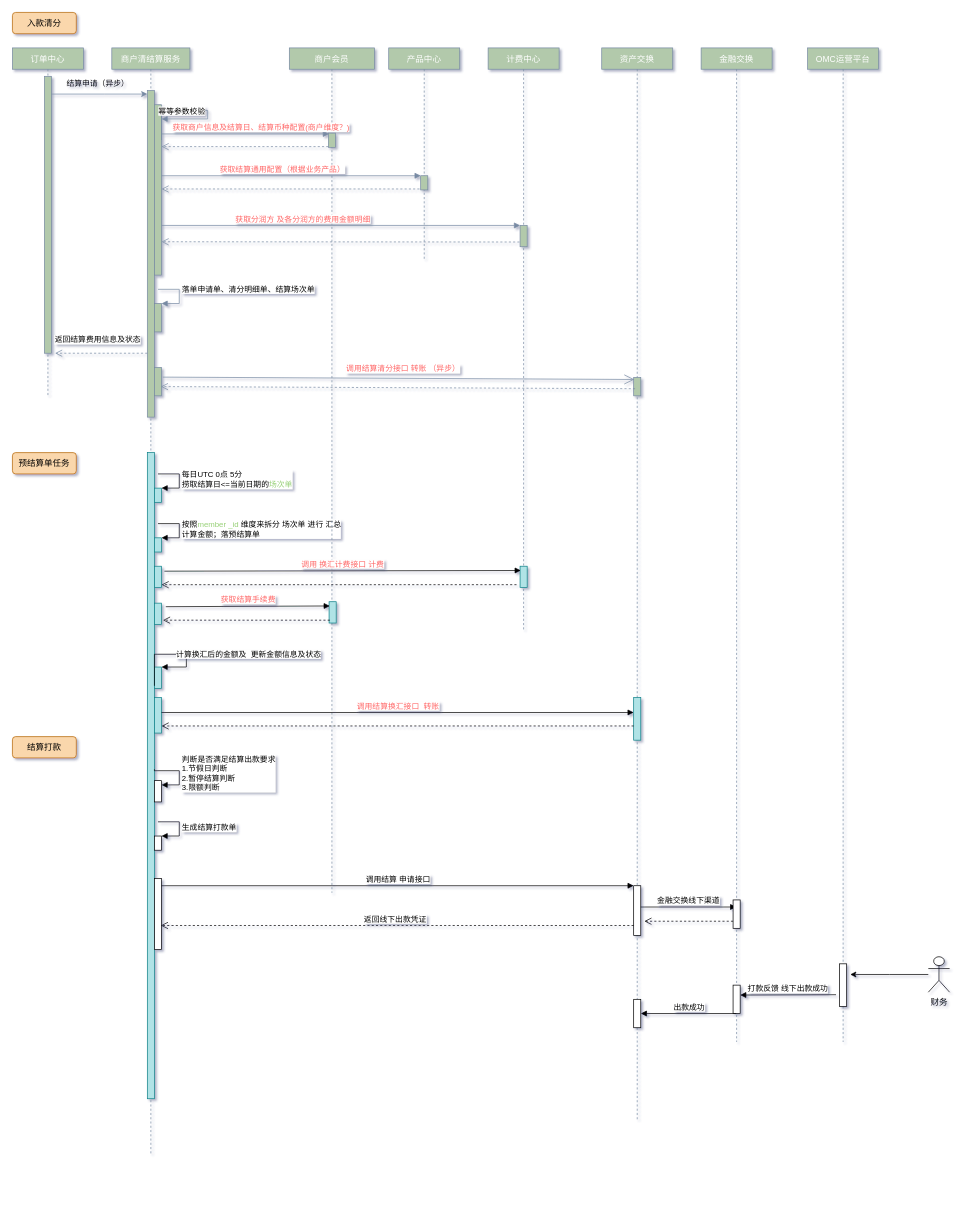
Above: merchant-settle/Untitled Diagram.drawio in DominicElvira/Diagrams (draw.io), before the change. Source tidied: cells renumbered, new cells numbered last; positions are measured from the earlier drawing's top-left corner, leaving out a move shared by most shapes. Both pictures are drawn from the tidied source at 71%, with x=0, y=0 at pixel (12, 12).
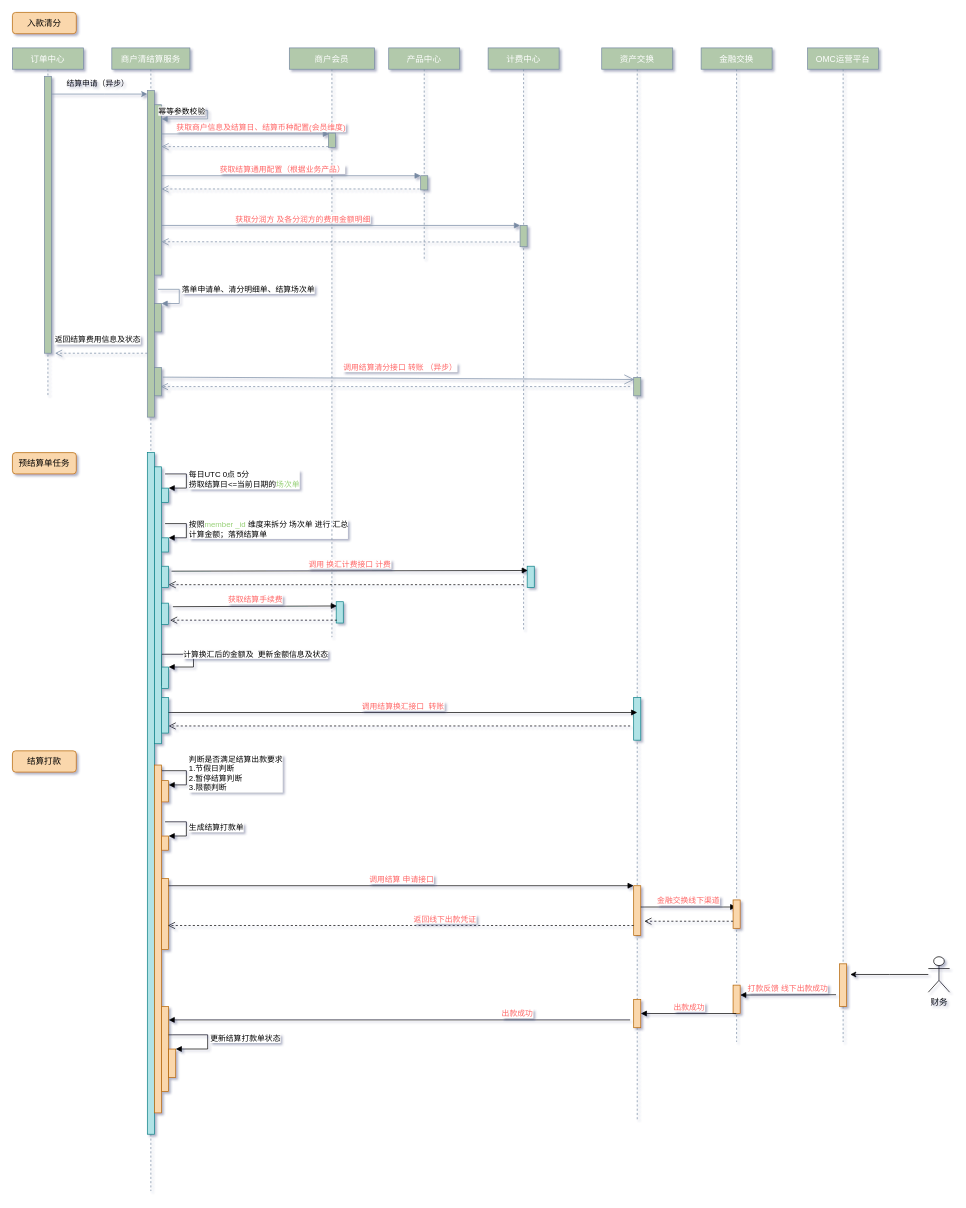
The same diagram, later.

The change refers to these unchanged cells:
```xml
<mxCell id="6" style="html=1;points=[];perimeter=orthogonalPerimeter;fontSize=11;fontColor=#000000;strokeColor=#788AA3;fillColor=#B2C9AB;" parent="4" vertex="1">
  <mxGeometry x="60" y="80" width="10" height="240" as="geometry" />
</mxCell>
<mxCell id="11" style="html=1;points=[];perimeter=orthogonalPerimeter;fontSize=11;fontColor=#000000;strokeColor=#788AA3;fillColor=#B2C9AB;" parent="4" vertex="1">
  <mxGeometry x="60" y="450" width="10" height="40" as="geometry" />
</mxCell>
<mxCell id="26" value="计费中心" style="shape=umlLifeline;perimeter=lifelinePerimeter;shadow=0;strokeWidth=1;fillColor=#B2C9AB;strokeColor=#788AA3;fontColor=#FFFFFF;rounded=0;size=30;" parent="1" vertex="1">
  <mxGeometry x="670" y="50" width="100" height="820" as="geometry" />
</mxCell>
<mxCell id="29" value="资产交换" style="shape=umlLifeline;perimeter=lifelinePerimeter;shadow=0;strokeWidth=1;fillColor=#B2C9AB;strokeColor=#788AA3;fontColor=#FFFFFF;rounded=0;size=30;" parent="1" vertex="1">
  <mxGeometry x="830" y="50" width="100" height="1510" as="geometry" />
</mxCell>
<mxCell id="30" style="html=1;points=[];perimeter=orthogonalPerimeter;fontSize=11;fontColor=#000000;strokeColor=#788AA3;fillColor=#B2C9AB;" parent="29" vertex="1">
  <mxGeometry x="45" y="464" width="10" height="26" as="geometry" />
</mxCell>
<mxCell id="31" style="html=1;points=[];perimeter=orthogonalPerimeter;fillColor=#b0e3e6;strokeColor=#0e8088;" parent="29" vertex="1">
  <mxGeometry x="45" y="915" width="10" height="60" as="geometry" />
</mxCell>
<mxCell id="37" style="html=1;points=[];perimeter=orthogonalPerimeter;fontSize=11;fontColor=#000000;strokeColor=#788AA3;fillColor=#B2C9AB;" parent="36" vertex="1">
  <mxGeometry x="55" y="120" width="10" height="20" as="geometry" />
</mxCell>
<mxCell id="62" value="金融交换" style="shape=umlLifeline;perimeter=lifelinePerimeter;shadow=0;strokeWidth=1;fillColor=#B2C9AB;strokeColor=#788AA3;fontColor=#FFFFFF;rounded=0;size=30;" parent="1" vertex="1">
  <mxGeometry x="970" y="50" width="100" height="1400" as="geometry" />
</mxCell>
<mxCell id="68" value="OMC运营平台" style="shape=umlLifeline;perimeter=lifelinePerimeter;shadow=0;strokeWidth=1;fillColor=#B2C9AB;strokeColor=#788AA3;fontColor=#FFFFFF;rounded=0;size=30;" parent="1" vertex="1">
  <mxGeometry x="1120" y="50" width="100" height="1400" as="geometry" />
</mxCell>
```

What changed in the source:
```diff
@@
     <mxCell id="4" value="商户清结算服务" style="shape=umlLifeline;perimeter=lifelinePerimeter;shadow=0;strokeWidth=1;fillColor=#B2C9AB;strokeColor=#788AA3;fontColor=#FFFFFF;rounded=0;size=30;" parent="1" vertex="1">
-      <mxGeometry x="140" y="50" width="110" height="1560" as="geometry" />
+      <mxGeometry x="140" y="50" width="110" height="1610" as="geometry" />
     </mxCell>
@@
     <mxCell id="12" style="html=1;perimeter=orthogonalPerimeter;fillColor=#b0e3e6;strokeColor=#0e8088;" parent="4" vertex="1">
-      <mxGeometry x="50" y="570" width="10" height="910" as="geometry" />
+      <mxGeometry x="50" y="570" width="10" height="960" as="geometry" />
     </mxCell>
     <mxCell id="13" style="html=1;points=[];perimeter=orthogonalPerimeter;fillColor=#b0e3e6;strokeColor=#0e8088;" parent="4" vertex="1">
-      <mxGeometry x="60" y="620" width="10" height="20" as="geometry" />
+      <mxGeometry x="70" y="620" width="10" height="20" as="geometry" />
     </mxCell>
     <mxCell id="14" value="每日UTC 0点 5分 &lt;br&gt;捞取结算日&amp;lt;=当前日期的&lt;font color=&quot;#97d077&quot;&gt;场次单&lt;/font&gt;" style="edgeStyle=orthogonalEdgeStyle;html=1;align=left;spacingLeft=2;endArrow=block;rounded=0;entryX=1;entryY=0;" parent="4" edge="1" target="13">
       <mxGeometry relative="1" as="geometry">
-        <mxPoint x="65" y="600" as="sourcePoint" />
+        <mxPoint x="75" y="600" as="sourcePoint" />
         <Array as="points">
-          <mxPoint x="95" y="600" />
+          <mxPoint x="105" y="600" />
         </Array>
       </mxGeometry>
     </mxCell>
     <mxCell id="15" style="html=1;points=[];perimeter=orthogonalPerimeter;fillColor=#b0e3e6;strokeColor=#0e8088;" parent="4" vertex="1">
-      <mxGeometry x="60" y="690" width="10" height="20" as="geometry" />
+      <mxGeometry x="70" y="690" width="10" height="20" as="geometry" />
     </mxCell>
     <mxCell id="16" value="&lt;font color=&quot;#000000&quot;&gt;按照&lt;/font&gt;&lt;font color=&quot;#97d077&quot;&gt;member _id&lt;/font&gt;&lt;font color=&quot;#000000&quot;&gt; 维度来拆分 场次单 进行 汇总&lt;br&gt;计算金额；落预结算单&lt;/font&gt;" style="edgeStyle=orthogonalEdgeStyle;html=1;align=left;spacingLeft=2;endArrow=block;rounded=0;entryX=1;entryY=0;fontColor=#FF6666;" parent="4" edge="1" target="15">
       <mxGeometry relative="1" as="geometry">
-        <mxPoint x="65" y="670" as="sourcePoint" />
+        <mxPoint x="75" y="670" as="sourcePoint" />
         <Array as="points">
-          <mxPoint x="95" y="670" />
+          <mxPoint x="105" y="670" />
         </Array>
       </mxGeometry>
     </mxCell>
     <mxCell id="17" style="html=1;points=[];perimeter=orthogonalPerimeter;fillColor=#b0e3e6;strokeColor=#0e8088;" parent="4" vertex="1">
-      <mxGeometry x="60" y="915" width="10" height="50" as="geometry" />
+      <mxGeometry x="70" y="915" width="10" height="50" as="geometry" />
     </mxCell>
     <mxCell id="18" style="html=1;points=[];perimeter=orthogonalPerimeter;fillColor=#b0e3e6;strokeColor=#0e8088;" parent="4" vertex="1">
-      <mxGeometry x="60" y="872" width="10" height="30" as="geometry" />
+      <mxGeometry x="70" y="872" width="10" height="30" as="geometry" />
     </mxCell>
     <mxCell id="19" value="&lt;font color=&quot;#000000&quot;&gt;计算换汇后的金额及&amp;nbsp; 更新金额信息及状态&lt;/font&gt;" style="edgeStyle=orthogonalEdgeStyle;html=1;align=left;spacingLeft=2;endArrow=block;rounded=0;entryX=1;entryY=0;fontColor=#97D077;exitX=1;exitY=0.741;exitDx=0;exitDy=0;exitPerimeter=0;" parent="4" edge="1" target="18">
       <mxGeometry relative="1" as="geometry">
-        <mxPoint x="60" y="898.4" as="sourcePoint" />
+        <mxPoint x="70" y="898.4" as="sourcePoint" />
         <Array as="points">
-          <mxPoint x="105" y="854" />
-          <mxPoint x="105" y="872" />
+          <mxPoint x="115" y="854" />
+          <mxPoint x="115" y="872" />
         </Array>
       </mxGeometry>
     </mxCell>
-    <mxCell id="20" style="html=1;perimeter=orthogonalPerimeter;fontColor=#000000;" parent="4" vertex="1">
-      <mxGeometry x="60" y="1032" width="10" height="30" as="geometry" />
+    <mxCell id="20" style="html=1;perimeter=orthogonalPerimeter;fillColor=#fad7ac;strokeColor=#b46504;" parent="4" vertex="1">
+      <mxGeometry x="70" y="1032" width="10" height="30" as="geometry" />
     </mxCell>
     <mxCell id="21" value="判断是否满足结算出款要求&lt;br&gt;1.节假日判断 &lt;br&gt;2.暂停结算判断 &lt;br&gt;3.限额判断" style="edgeStyle=orthogonalEdgeStyle;html=1;align=left;spacingLeft=2;endArrow=block;rounded=0;entryX=1;entryY=0;fontColor=#000000;exitX=1;exitY=0.795;exitDx=0;exitDy=0;exitPerimeter=0;" parent="4" edge="1">
       <mxGeometry relative="1" as="geometry">
-        <mxPoint x="60" y="1016" as="sourcePoint" />
-        <mxPoint x="70" y="1038" as="targetPoint" />
+        <mxPoint x="70" y="1016" as="sourcePoint" />
+        <mxPoint x="80" y="1038" as="targetPoint" />
         <Array as="points">
-          <mxPoint x="60" y="1018" />
-          <mxPoint x="95" y="1018" />
-          <mxPoint x="95" y="1038" />
+          <mxPoint x="70" y="1018" />
+          <mxPoint x="105" y="1018" />
+          <mxPoint x="105" y="1038" />
         </Array>
       </mxGeometry>
     </mxCell>
     <mxCell id="22" style="html=1;points=[];perimeter=orthogonalPerimeter;fillColor=#b0e3e6;strokeColor=#0e8088;" parent="4" vertex="1">
-      <mxGeometry x="60" y="730" width="10" height="30" as="geometry" />
+      <mxGeometry x="70" y="730" width="10" height="30" as="geometry" />
     </mxCell>
-    <mxCell id="23" style="html=1;points=[];perimeter=orthogonalPerimeter;fontColor=#FF6666;" parent="4" vertex="1">
-      <mxGeometry x="60" y="1110" width="10" height="20" as="geometry" />
+    <mxCell id="23" style="html=1;points=[];perimeter=orthogonalPerimeter;fillColor=#fad7ac;strokeColor=#b46504;" parent="4" vertex="1">
+      <mxGeometry x="70" y="1110" width="10" height="20" as="geometry" />
     </mxCell>
     <mxCell id="24" value="生成结算打款单" style="edgeStyle=orthogonalEdgeStyle;html=1;align=left;spacingLeft=2;endArrow=block;rounded=0;entryX=1;entryY=0;fontColor=#000000;" parent="4" edge="1" target="23">
       <mxGeometry relative="1" as="geometry">
-        <mxPoint x="65" y="1090" as="sourcePoint" />
+        <mxPoint x="75" y="1090" as="sourcePoint" />
         <Array as="points">
-          <mxPoint x="95" y="1090" />
+          <mxPoint x="105" y="1090" />
         </Array>
       </mxGeometry>
     </mxCell>
-    <mxCell id="25" style="html=1;points=[];perimeter=orthogonalPerimeter;fontColor=#000000;" parent="4" vertex="1">
-      <mxGeometry x="60" y="1170" width="10" height="100" as="geometry" />
+    <mxCell id="25" style="html=1;points=[];perimeter=orthogonalPerimeter;fillColor=#fad7ac;strokeColor=#b46504;" parent="4" vertex="1">
+      <mxGeometry x="70" y="1170" width="10" height="100" as="geometry" />
     </mxCell>
+    <mxCell id="72" style="html=1;points=[];perimeter=orthogonalPerimeter;fillColor=#fad7ac;strokeColor=#b46504;" parent="4" vertex="1">
+      <mxGeometry x="70" y="1350" width="10" height="120" as="geometry" />
+    </mxCell>
+    <mxCell id="73" style="html=1;points=[];perimeter=orthogonalPerimeter;fillColor=#fad7ac;strokeColor=#b46504;" parent="4" vertex="1">
+      <mxGeometry x="80" y="1410" width="10" height="40" as="geometry" />
+    </mxCell>
+    <mxCell id="74" value="更新结算打款单状态" style="edgeStyle=orthogonalEdgeStyle;html=1;align=left;spacingLeft=2;endArrow=block;rounded=0;entryX=1;entryY=0;fontColor=#000000;" parent="4" edge="1" source="72" target="73">
+      <mxGeometry relative="1" as="geometry">
+        <Array as="points">
+          <mxPoint x="135" y="1390" />
+          <mxPoint x="135" y="1410" />
+        </Array>
+      </mxGeometry>
+    </mxCell>
+    <mxCell id="75" style="html=1;perimeter=orthogonalPerimeter;fillColor=#b0e3e6;strokeColor=#0e8088;" parent="4" vertex="1">
+      <mxGeometry x="60" y="590" width="10" height="390" as="geometry" />
+    </mxCell>
+    <mxCell id="76" style="html=1;perimeter=orthogonalPerimeter;fillColor=#fad7ac;strokeColor=#b46504;" parent="4" vertex="1">
+      <mxGeometry x="60" y="1010" width="10" height="490" as="geometry" />
+    </mxCell>
@@
     <mxCell id="28" style="html=1;points=[];perimeter=orthogonalPerimeter;fillColor=#b0e3e6;strokeColor=#0e8088;" parent="26" vertex="1">
-      <mxGeometry x="45" y="730" width="10" height="30" as="geometry" />
+      <mxGeometry x="55" y="730" width="10" height="30" as="geometry" />
     </mxCell>
@@
     <mxCell id="32" style="html=1;verticalAlign=bottom;endArrow=open;dashed=1;endSize=8;rounded=0;fontColor=#97D077;" parent="29" edge="1" target="17">
       <mxGeometry relative="1" as="geometry">
-        <mxPoint x="45" y="955" as="sourcePoint" />
+        <mxPoint x="40" y="955" as="sourcePoint" />
       </mxGeometry>
     </mxCell>
-    <mxCell id="33" style="html=1;points=[];perimeter=orthogonalPerimeter;fontColor=#000000;" parent="29" vertex="1">
+    <mxCell id="33" style="html=1;points=[];perimeter=orthogonalPerimeter;fillColor=#fad7ac;strokeColor=#b46504;" parent="29" vertex="1">
       <mxGeometry x="45" y="1180" width="10" height="70" as="geometry" />
     </mxCell>
-    <mxCell id="34" value="金融交换线下渠道" style="html=1;verticalAlign=bottom;endArrow=block;rounded=0;fontColor=#000000;" parent="29" edge="1" target="62">
+    <mxCell id="34" value="&lt;font color=&quot;#ff6666&quot;&gt;金融交换线下渠道&lt;/font&gt;" style="html=1;verticalAlign=bottom;endArrow=block;rounded=0;fontColor=#000000;" parent="29" edge="1" target="62">
       <mxGeometry relative="1" as="geometry">
         <mxPoint x="55" y="1210" as="sourcePoint" />
       </mxGeometry>
     </mxCell>
-    <mxCell id="35" style="html=1;perimeter=orthogonalPerimeter;fontColor=#000000;" parent="29" vertex="1">
+    <mxCell id="35" style="html=1;perimeter=orthogonalPerimeter;fillColor=#fad7ac;strokeColor=#b46504;" parent="29" vertex="1">
       <mxGeometry x="45" y="1340" width="10" height="40" as="geometry" />
     </mxCell>
     <mxCell id="36" value="商户会员" style="shape=umlLifeline;perimeter=lifelinePerimeter;shadow=0;strokeWidth=1;fillColor=#B2C9AB;strokeColor=#788AA3;fontColor=#FFFFFF;rounded=0;size=30;" parent="1" vertex="1">
-      <mxGeometry x="390" y="50" width="120" height="1190" as="geometry" />
+      <mxGeometry x="390" y="50" width="120" height="830" as="geometry" />
     </mxCell>
@@
-    <mxCell id="40" value="&lt;font color=&quot;#ff6666&quot;&gt;获取商户信息及结算日、结算币种配置(商户维度？)&lt;/font&gt;" style="html=1;verticalAlign=bottom;endArrow=block;fontSize=11;fontColor=#000000;strokeColor=#788AA3;fillColor=#B2C9AB;curved=0;entryX=0.083;entryY=0.058;entryDx=0;entryDy=0;entryPerimeter=0;strokeWidth=1;jumpStyle=none;" parent="1" edge="1" source="6" target="37">
+    <mxCell id="40" value="&lt;font color=&quot;#ff6666&quot;&gt;获取商户信息及结算日、结算币种配置(会员维度)&lt;/font&gt;" style="html=1;verticalAlign=bottom;endArrow=block;fontSize=11;fontColor=#000000;strokeColor=#788AA3;fillColor=#B2C9AB;curved=0;entryX=0.083;entryY=0.058;entryDx=0;entryDy=0;entryPerimeter=0;strokeWidth=1;jumpStyle=none;" parent="1" edge="1" source="6" target="37">
       <mxGeometry x="0.19" relative="1" as="geometry" />
     </mxCell>
@@
-    <mxCell id="48" value="&lt;font color=&quot;#ff6666&quot;&gt;调用结算清分接口 转账 （异步）&lt;/font&gt;" style="html=1;verticalAlign=bottom;endArrow=open;dashed=1;endSize=8;fontSize=11;fontColor=#000000;strokeColor=#788AA3;strokeWidth=1;fillColor=#B2C9AB;curved=0;jumpStyle=none;entryX=0.9;entryY=0.675;entryDx=0;entryDy=0;entryPerimeter=0;exitX=0.2;exitY=0.615;exitDx=0;exitDy=0;exitPerimeter=0;" parent="1" edge="1" source="30" target="11">
-      <mxGeometry x="-0.02" y="-18" relative="1" as="geometry" />
+    <mxCell id="48" value="&lt;font color=&quot;#ff6666&quot;&gt;调用结算清分接口 转账 （异步）&lt;/font&gt;" style="html=1;verticalAlign=bottom;endArrow=open;dashed=1;endSize=8;fontSize=11;fontColor=#000000;strokeColor=#788AA3;strokeWidth=1;fillColor=#B2C9AB;curved=0;jumpStyle=none;entryX=0.9;entryY=0.675;entryDx=0;entryDy=0;entryPerimeter=0;" parent="1" edge="1" target="11">
+      <mxGeometry x="-0.02" y="-18" relative="1" as="geometry">
+        <mxPoint x="870" y="527" as="sourcePoint" />
+      </mxGeometry>
     </mxCell>
@@
-    <mxCell id="50" value="调用结算换汇接口&amp;nbsp; 转账" style="html=1;verticalAlign=bottom;startArrow=none;endArrow=block;rounded=0;fontColor=#FF6666;startFill=0;entryX=0;entryY=0.35;entryDx=0;entryDy=0;entryPerimeter=0;" parent="1" edge="1" source="17" target="31">
-      <mxGeometry relative="1" as="geometry" />
+    <mxCell id="50" value="调用结算换汇接口&amp;nbsp; 转账" style="html=1;verticalAlign=bottom;startArrow=none;endArrow=block;rounded=0;fontColor=#FF6666;startFill=0;" parent="1" edge="1" source="17">
+      <mxGeometry relative="1" as="geometry">
+        <mxPoint x="880" y="986" as="targetPoint" />
+      </mxGeometry>
     </mxCell>
@@
     <mxCell id="54" style="html=1;verticalAlign=bottom;endArrow=open;dashed=1;endSize=8;rounded=0;fontColor=#000000;entryX=1;entryY=0.867;entryDx=0;entryDy=0;entryPerimeter=0;" parent="1" edge="1" target="22">
       <mxGeometry relative="1" as="geometry">
-        <mxPoint x="710" y="806" as="sourcePoint" />
+        <mxPoint x="720" y="806" as="sourcePoint" />
       </mxGeometry>
     </mxCell>
     <mxCell id="55" style="html=1;points=[];perimeter=orthogonalPerimeter;fillColor=#b0e3e6;strokeColor=#0e8088;" parent="1" vertex="1">
-      <mxGeometry x="446" y="830" width="10" height="30" as="geometry" />
+      <mxGeometry x="456" y="830" width="10" height="30" as="geometry" />
     </mxCell>
     <mxCell id="56" value="&lt;font color=&quot;#ff6666&quot;&gt;获取结算手续费&lt;/font&gt;" style="html=1;verticalAlign=bottom;endArrow=block;entryX=0.1;entryY=0.2;rounded=0;fontColor=#000000;exitX=1.4;exitY=0.233;exitDx=0;exitDy=0;exitPerimeter=0;entryDx=0;entryDy=0;entryPerimeter=0;" parent="1" edge="1" target="55">
       <mxGeometry relative="1" as="geometry">
-        <mxPoint x="216" y="837" as="sourcePoint" />
+        <mxPoint x="226" y="837" as="sourcePoint" />
       </mxGeometry>
     </mxCell>
     <mxCell id="57" style="html=1;verticalAlign=bottom;endArrow=open;dashed=1;endSize=8;rounded=0;fontColor=#000000;entryX=1;entryY=0.867;entryDx=0;entryDy=0;entryPerimeter=0;exitX=0.1;exitY=0.867;exitDx=0;exitDy=0;exitPerimeter=0;" parent="1" edge="1" source="55">
       <mxGeometry relative="1" as="geometry">
-        <mxPoint x="212" y="856" as="targetPoint" />
+        <mxPoint x="222" y="856" as="targetPoint" />
       </mxGeometry>
     </mxCell>
     <mxCell id="58" style="html=1;perimeter=orthogonalPerimeter;fillColor=#b0e3e6;strokeColor=#0e8088;" parent="1" vertex="1">
-      <mxGeometry x="200" y="832" width="10" height="30" as="geometry" />
+      <mxGeometry x="210" y="832" width="10" height="30" as="geometry" />
     </mxCell>
-    <mxCell id="59" value="调用结算 申请接口" style="html=1;verticalAlign=bottom;endArrow=block;entryX=0;entryY=0;rounded=0;fontColor=#000000;" parent="1" edge="1" target="33">
+    <mxCell id="59" value="&lt;font color=&quot;#ff6666&quot;&gt;调用结算 申请接口&lt;/font&gt;" style="html=1;verticalAlign=bottom;endArrow=block;entryX=0;entryY=0;rounded=0;fontColor=#000000;" parent="1" edge="1" target="33">
       <mxGeometry relative="1" as="geometry">
-        <mxPoint x="210" y="1230" as="sourcePoint" />
+        <mxPoint x="220" y="1230" as="sourcePoint" />
       </mxGeometry>
     </mxCell>
-    <mxCell id="60" value="返回线下出款凭证" style="html=1;verticalAlign=bottom;endArrow=open;dashed=1;endSize=8;exitX=0;exitY=0.8;rounded=0;fontColor=#000000;exitDx=0;exitDy=0;exitPerimeter=0;entryX=0.9;entryY=0.66;entryDx=0;entryDy=0;entryPerimeter=0;" parent="1" edge="1" source="33" target="25">
-      <mxGeometry x="0.01" relative="1" as="geometry" />
+    <mxCell id="60" value="&lt;font color=&quot;#ff6666&quot;&gt;返回线下出款凭证&lt;/font&gt;" style="html=1;verticalAlign=bottom;endArrow=open;dashed=1;endSize=8;exitX=0;exitY=0.8;rounded=0;fontColor=#000000;exitDx=0;exitDy=0;exitPerimeter=0;entryX=0.9;entryY=0.66;entryDx=0;entryDy=0;entryPerimeter=0;" parent="1" edge="1" source="33" target="25">
+      <mxGeometry x="-0.19" relative="1" as="geometry" />
     </mxCell>
     <mxCell id="61" value="结算打款" style="rounded=1;whiteSpace=wrap;html=1;fillColor=#fad7ac;strokeColor=#b46504;" parent="1" vertex="1">
-      <mxGeometry y="1020" width="90" height="30" as="geometry" />
+      <mxGeometry y="1040" width="90" height="30" as="geometry" />
     </mxCell>
@@
-    <mxCell id="63" style="html=1;perimeter=orthogonalPerimeter;fontColor=#000000;" parent="62" vertex="1">
+    <mxCell id="63" style="html=1;perimeter=orthogonalPerimeter;fillColor=#fad7ac;strokeColor=#b46504;" parent="62" vertex="1">
       <mxGeometry x="45" y="1200" width="10" height="40" as="geometry" />
     </mxCell>
@@
-    <mxCell id="65" style="html=1;perimeter=orthogonalPerimeter;fontColor=#000000;" parent="62" vertex="1">
+    <mxCell id="65" style="html=1;perimeter=orthogonalPerimeter;fillColor=#fad7ac;strokeColor=#b46504;" parent="62" vertex="1">
       <mxGeometry x="45" y="1320" width="10" height="40" as="geometry" />
     </mxCell>
-    <mxCell id="66" value="打款反馈 线下出款成功" style="html=1;verticalAlign=bottom;endArrow=block;rounded=0;fontColor=#000000;" parent="62" edge="1">
+    <mxCell id="66" value="&lt;font color=&quot;#ff6666&quot;&gt;打款反馈 线下出款成功&lt;/font&gt;" style="html=1;verticalAlign=bottom;endArrow=block;rounded=0;fontColor=#000000;" parent="62" edge="1">
       <mxGeometry relative="1" as="geometry">
         <mxPoint x="190" y="1333.5" as="sourcePoint" />
         <mxPoint x="55" y="1334" as="targetPoint" />
       </mxGeometry>
     </mxCell>
-    <mxCell id="67" value="出款成功" style="html=1;verticalAlign=bottom;endArrow=block;rounded=0;fontColor=#000000;" parent="62" edge="1" source="62">
+    <mxCell id="67" value="&lt;font color=&quot;#ff6666&quot;&gt;出款成功&lt;/font&gt;" style="html=1;verticalAlign=bottom;endArrow=block;rounded=0;fontColor=#000000;" parent="62" edge="1" source="62">
       <mxGeometry relative="1" as="geometry">
         <mxPoint x="-85" y="1360" as="targetPoint" />
       </mxGeometry>
     </mxCell>
@@
-    <mxCell id="69" style="html=1;perimeter=orthogonalPerimeter;fontColor=#000000;" parent="68" vertex="1">
+    <mxCell id="69" style="html=1;perimeter=orthogonalPerimeter;fillColor=#fad7ac;strokeColor=#b46504;" parent="68" vertex="1">
       <mxGeometry x="45" y="1290" width="10" height="60" as="geometry" />
     </mxCell>
@@
+    <mxCell id="77" value="&lt;font color=&quot;#ff6666&quot;&gt;出款成功&lt;/font&gt;" style="html=1;verticalAlign=bottom;endArrow=block;rounded=0;fontColor=#000000;" parent="1" edge="1">
+      <mxGeometry x="-0.51" relative="1" as="geometry">
+        <mxPoint x="870" y="1419" as="sourcePoint" />
+        <mxPoint x="220" y="1419" as="targetPoint" />
+      </mxGeometry>
+    </mxCell>
```
